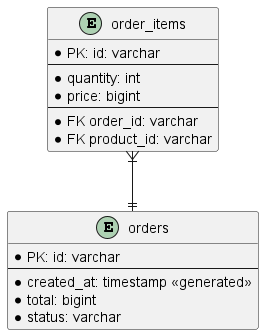
This is 1-documentation/er-diagram/diagram/order.png from sokimaaa/6CORE, a PlantUML export, as it was before one commit. Its source is kept beside it as 1-documentation/er-diagram/script/order.puml.
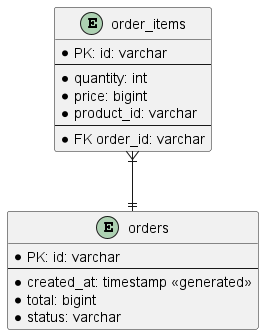
The same diagram one commit later.

The edit, as a diff of the source:
```diff
@@ -5,9 +5,9 @@
  --
  * quantity: int
  * price: bigint
+ * product_id: varchar
  --
  * FK order_id: varchar
- * FK product_id: varchar
 }
 
 entity "orders" as or {
```
